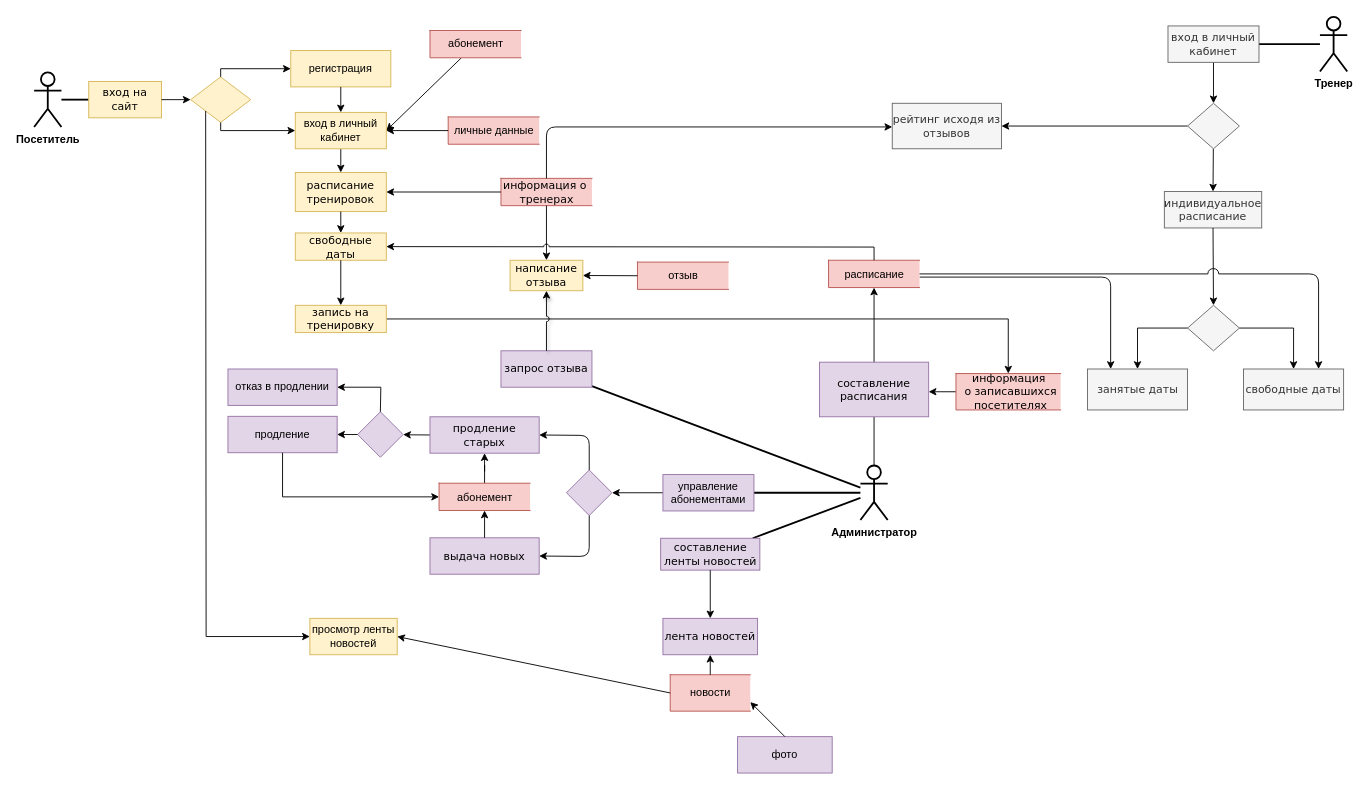
Before: Diagrams/DFD2.drawio in yuliapyrikova/-, a draw.io diagram. Source tidied: cells renumbered, new cells numbered last; positions are measured from the earlier drawing's top-left corner, leaving out a move shared by most shapes. Both pictures are drawn from the tidied source at 91%, with x=0, y=0 at pixel (34, 16).
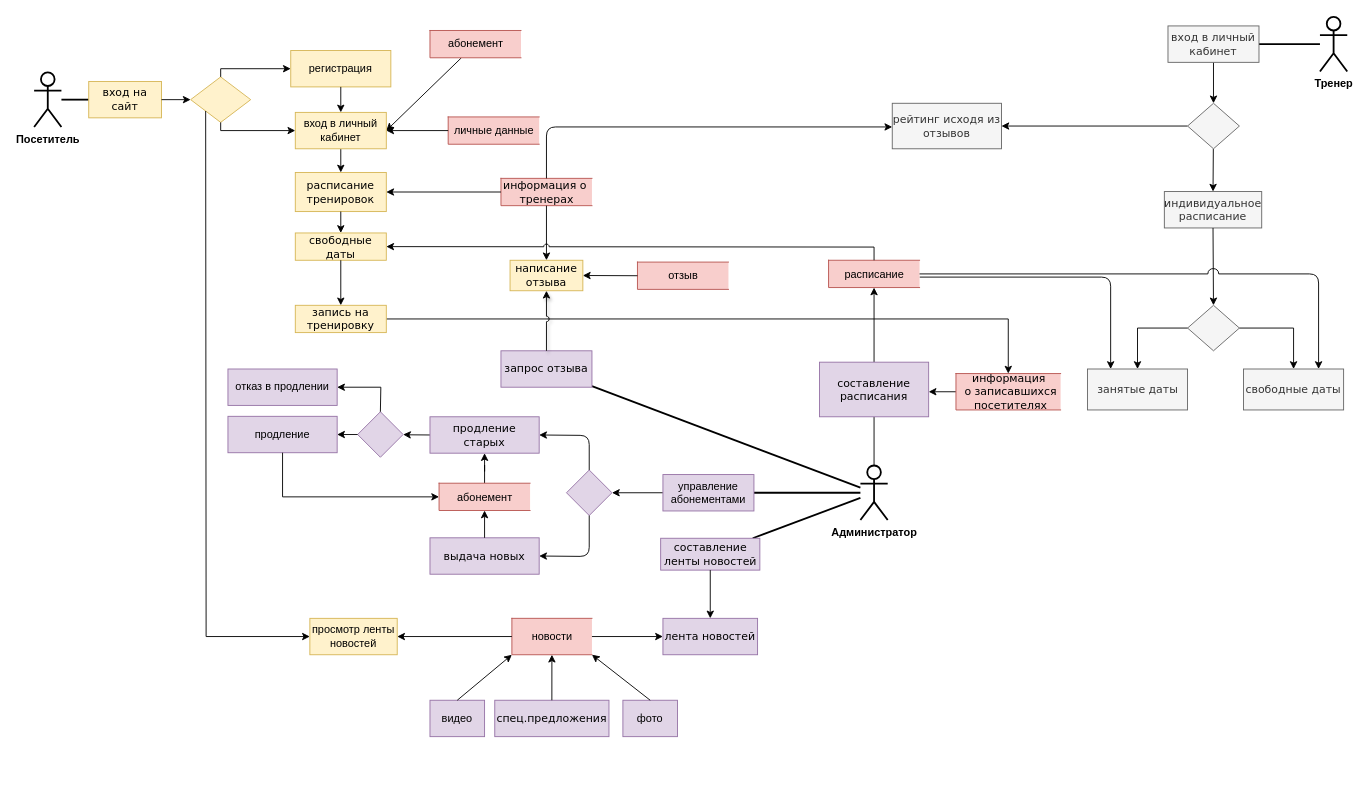
Above is the later version.

The change refers to these unchanged cells:
```xml
<mxCell id="69" value="&lt;font face=&quot;Verdana&quot;&gt;лента новостей&lt;/font&gt;" style="rounded=0;whiteSpace=wrap;html=1;strokeWidth=1;fillColor=#e1d5e7;strokeColor=#9673a6;" parent="1" vertex="1">
  <mxGeometry x="691" y="661" width="104" height="40" as="geometry" />
</mxCell>
```

Diff of the diagram source:
```diff
@@
     <mxCell id="50" value="новости" style="html=1;dashed=0;whitespace=wrap;shape=partialRectangle;right=0;fontSize=12;strokeWidth=1;fillColor=#f8cecc;strokeColor=#b85450;" parent="1" vertex="1">
-      <mxGeometry x="699" y="723" width="88" height="40" as="geometry" />
+      <mxGeometry x="525" y="661" width="88" height="40" as="geometry" />
     </mxCell>
@@
-    <mxCell id="70" style="endArrow=classic;html=1;rounded=0;exitX=0.5;exitY=0;exitDx=0;exitDy=0;entryX=0.5;entryY=1;entryDx=0;entryDy=0;" parent="1" edge="1" source="50" target="69">
+    <mxCell id="70" style="endArrow=classic;html=1;rounded=0;entryX=0;entryY=0.5;entryDx=0;entryDy=0;" parent="1" edge="1" source="50" target="69">
       <mxGeometry relative="1" as="geometry" />
     </mxCell>
@@
     <mxCell id="84" value="фото" style="rounded=0;whiteSpace=wrap;html=1;strokeWidth=1;fillColor=#e1d5e7;strokeColor=#9673a6;" parent="1" vertex="1">
-      <mxGeometry x="773" y="791" width="104" height="40" as="geometry" />
+      <mxGeometry x="647" y="751" width="60" height="40" as="geometry" />
     </mxCell>
-    <mxCell id="85" style="endArrow=classic;html=1;rounded=0;exitX=0.5;exitY=0;exitDx=0;exitDy=0;entryX=1;entryY=0.75;entryDx=0;entryDy=0;" parent="1" edge="1" source="84" target="50">
+    <mxCell id="85" style="endArrow=classic;html=1;rounded=0;entryX=1;entryY=1;entryDx=0;entryDy=0;exitX=0.5;exitY=0;exitDx=0;exitDy=0;" parent="1" edge="1" source="84" target="50">
       <mxGeometry relative="1" as="geometry" />
     </mxCell>
@@
+    <mxCell id="88" value="видео" style="rounded=0;whiteSpace=wrap;html=1;strokeWidth=1;fillColor=#e1d5e7;strokeColor=#9673a6;" parent="1" vertex="1">
+      <mxGeometry x="435" y="751" width="60" height="40" as="geometry" />
+    </mxCell>
+    <mxCell id="89" value="&lt;font face=&quot;Verdana&quot;&gt;спец.предложения&lt;/font&gt;" style="rounded=0;whiteSpace=wrap;html=1;strokeWidth=1;fillColor=#e1d5e7;strokeColor=#9673a6;" parent="1" vertex="1">
+      <mxGeometry x="506.2" y="751" width="125.5" height="40" as="geometry" />
+    </mxCell>
+    <mxCell id="90" style="endArrow=classic;html=1;rounded=0;exitX=0.5;exitY=0;exitDx=0;exitDy=0;entryX=0;entryY=1;entryDx=0;entryDy=0;" parent="1" edge="1" source="88" target="50">
+      <mxGeometry relative="1" as="geometry" />
+    </mxCell>
+    <mxCell id="91" style="endArrow=classic;html=1;rounded=0;exitX=0.5;exitY=0;exitDx=0;exitDy=0;entryX=0.5;entryY=1;entryDx=0;entryDy=0;" parent="1" edge="1" source="89" target="50">
+      <mxGeometry relative="1" as="geometry" />
+    </mxCell>
```
